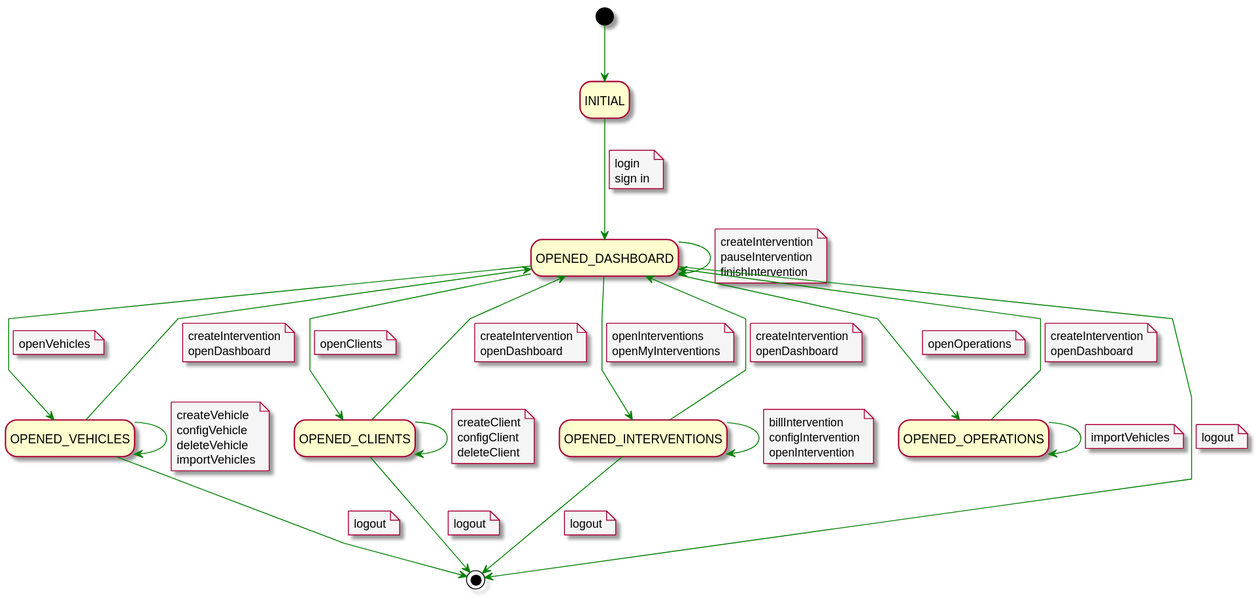
Earlier version of the PlantUML export documentation/1usecasesview/contextdiagram/svg/contextDiagram.svg (Ruskab/agrimManager).
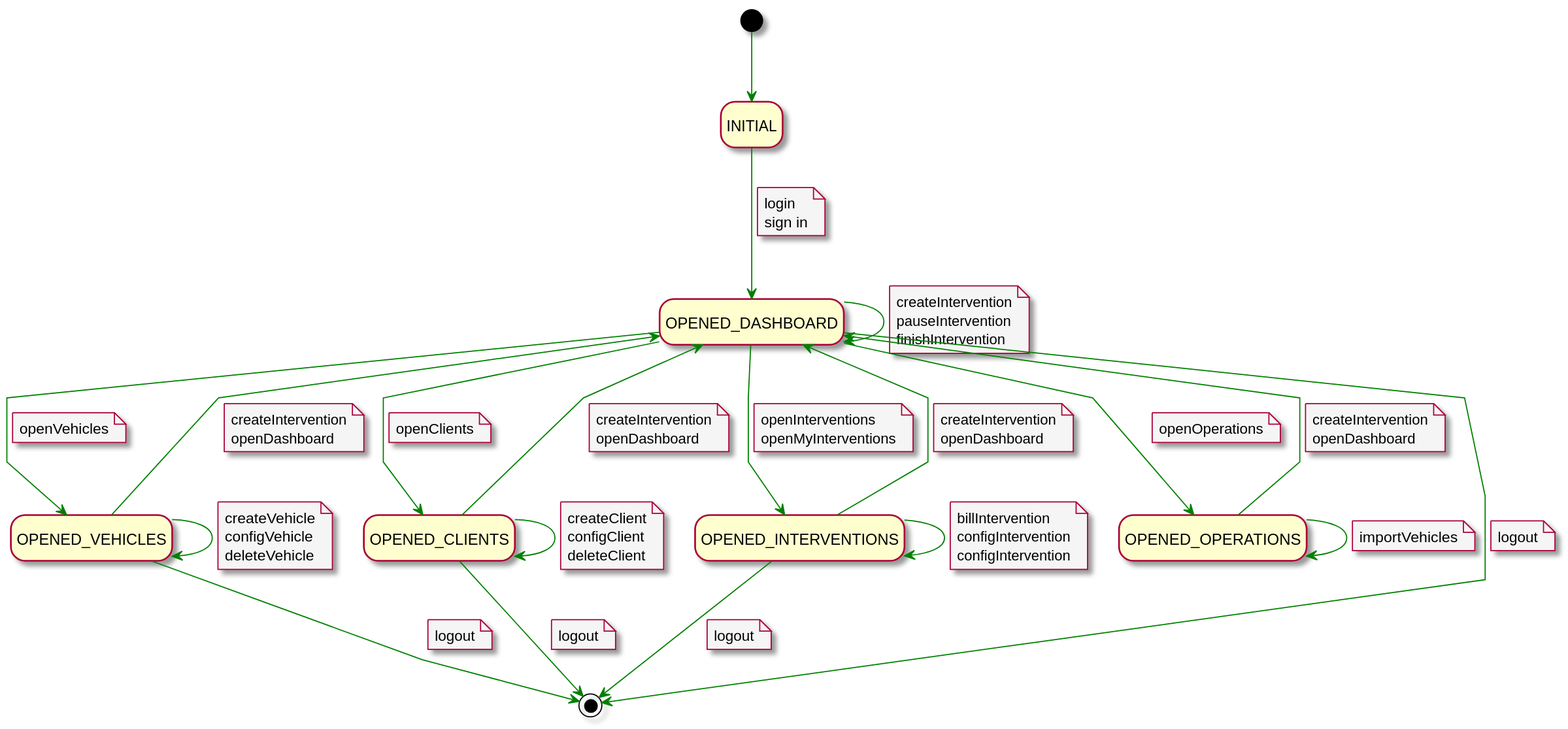
Later version of the same file.

What changed in the source:
```diff
@@ -32,7 +32,6 @@
          createVehicle
          configVehicle
          deleteVehicle
-         importVehicles
     end note
 
 OPENED_VEHICLES --> OPENED_DASHBOARD
@@ -86,7 +85,7 @@
     note on link
          billIntervention
          configIntervention
-         openIntervention
+         configIntervention
     end note
 OPENED_INTERVENTIONS --> OPENED_DASHBOARD
     note on link
```
